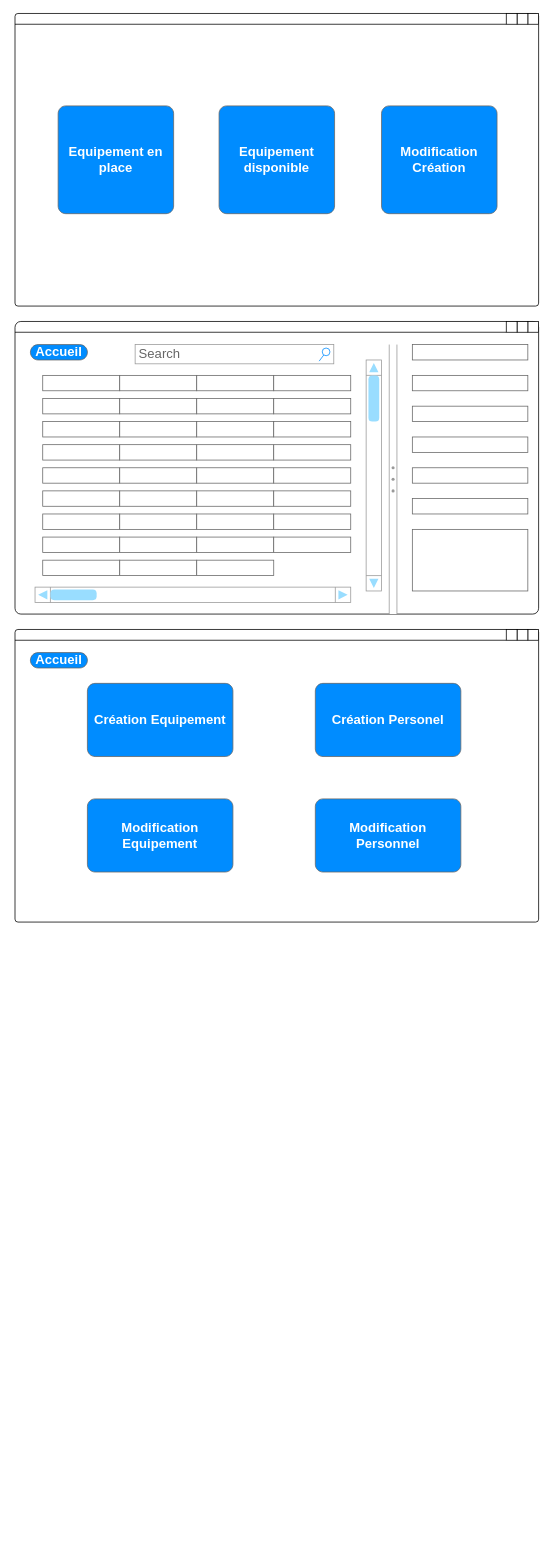
Above: Diagramme sans nom.drawio in Dr-Revdev/GestionParc (draw.io), before the change. Source tidied: cells renumbered, new cells numbered last; positions are measured from the earlier drawing's top-left corner, leaving out a move shared by most shapes. Both pictures are drawn from the tidied source at 77%, with x=0, y=0 at pixel (15, 13).
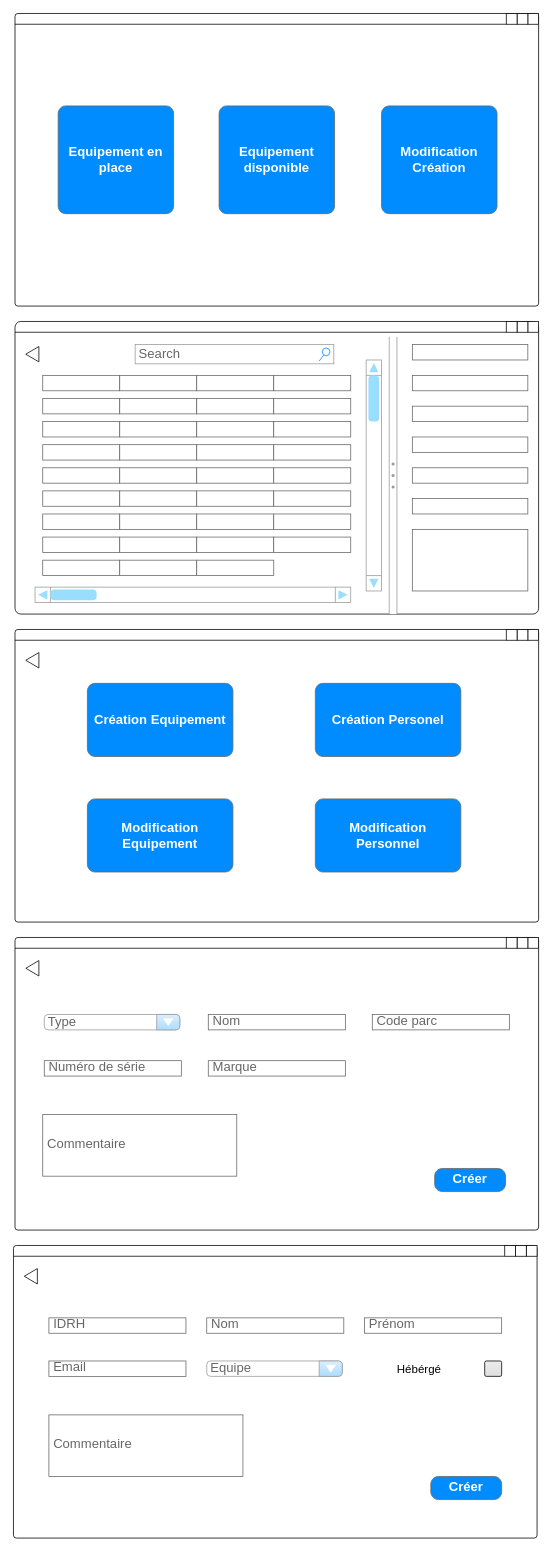
The same page after the edit.

Commit message (it also covers changes not shown here):
Mettre à jour Diagramme sans nom.drawio

What changed in the source:
```diff
@@
+    <mxCell id="74" style="group;" parent="1" vertex="1">
+      <mxGeometry y="1200" width="680" height="380" as="geometry" />
+    </mxCell>
+    <mxCell id="75" style="rounded=1;whiteSpace=wrap;html=1;arcSize=1;" parent="74" vertex="1">
+      <mxGeometry width="680" height="380" as="geometry" />
+    </mxCell>
+    <mxCell id="76" style="group;rounded=1;arcSize=44;" parent="74" vertex="1">
+      <mxGeometry width="680" height="14" as="geometry" />
+    </mxCell>
+    <mxCell id="77" style="endArrow=none;html=1;rounded=0;entryX=0;entryY=1;entryDx=0;entryDy=0;exitX=0;exitY=1;exitDx=0;exitDy=0;" parent="76" edge="1" target="80">
+      <mxGeometry relative="1" as="geometry">
+        <mxPoint y="14" as="sourcePoint" />
+      </mxGeometry>
+    </mxCell>
+    <mxCell id="78" style="whiteSpace=wrap;html=1;" parent="76" vertex="1">
+      <mxGeometry x="666" width="14" height="14" as="geometry" />
+    </mxCell>
+    <mxCell id="79" style="whiteSpace=wrap;html=1;" parent="76" vertex="1">
+      <mxGeometry x="652" width="14" height="14" as="geometry" />
+    </mxCell>
+    <mxCell id="80" style="whiteSpace=wrap;html=1;" parent="76" vertex="1">
+      <mxGeometry x="638" width="14" height="14" as="geometry" />
+    </mxCell>
+    <mxCell id="81" style="triangle;whiteSpace=wrap;html=1;rotation=-180;" parent="74" vertex="1">
+      <mxGeometry x="14" y="30" width="17" height="20" as="geometry" />
+    </mxCell>
+    <mxCell id="82" value="Nom" style="strokeWidth=1;shadow=0;dashed=0;align=center;html=1;shape=mxgraph.mockup.text.textBox;fontColor=#666666;align=left;fontSize=17;spacingLeft=4;spacingTop=-3;whiteSpace=wrap;strokeColor=#666666;mainText=;" parent="74" vertex="1">
+      <mxGeometry x="251" y="100" width="178" height="20" as="geometry" />
+    </mxCell>
@@
     <mxCell id="40" style="verticalLabelPosition=bottom;shadow=0;dashed=0;align=center;html=1;verticalAlign=top;strokeWidth=1;shape=mxgraph.mockup.forms.splitter;strokeColor=#999999;direction=north;" parent="1" vertex="1">
-      <mxGeometry x="486" y="430" width="10" height="350" as="geometry" />
+      <mxGeometry x="486" y="420" width="10" height="360" as="geometry" />
     </mxCell>
@@
-    <mxCell id="72" value="Accueil" style="strokeWidth=1;shadow=0;dashed=0;align=center;html=1;shape=mxgraph.mockup.buttons.button;strokeColor=#666666;fontColor=#ffffff;mainText=;buttonStyle=round;fontSize=17;fontStyle=1;fillColor=#008cff;whiteSpace=wrap;" parent="1" vertex="1">
-      <mxGeometry x="20" y="830" width="74" height="20" as="geometry" />
-    </mxCell>
-    <mxCell id="73" value="Accueil" style="strokeWidth=1;shadow=0;dashed=0;align=center;html=1;shape=mxgraph.mockup.buttons.button;strokeColor=#666666;fontColor=#ffffff;mainText=;buttonStyle=round;fontSize=17;fontStyle=1;fillColor=#008cff;whiteSpace=wrap;" parent="1" vertex="1">
-      <mxGeometry x="20" y="430" width="74" height="20" as="geometry" />
-    </mxCell>
+    <mxCell id="83" value="Code parc" style="strokeWidth=1;shadow=0;dashed=0;align=center;html=1;shape=mxgraph.mockup.text.textBox;fontColor=#666666;align=left;fontSize=17;spacingLeft=4;spacingTop=-3;whiteSpace=wrap;strokeColor=#666666;mainText=;" parent="1" vertex="1">
+      <mxGeometry x="464" y="1300" width="178" height="20" as="geometry" />
+    </mxCell>
+    <mxCell id="84" value="Numéro de série" style="strokeWidth=1;shadow=0;dashed=0;align=center;html=1;shape=mxgraph.mockup.text.textBox;fontColor=#666666;align=left;fontSize=17;spacingLeft=4;spacingTop=-3;whiteSpace=wrap;strokeColor=#666666;mainText=;" parent="1" vertex="1">
+      <mxGeometry x="38" y="1360" width="178" height="20" as="geometry" />
+    </mxCell>
+    <mxCell id="85" value="Marque" style="strokeWidth=1;shadow=0;dashed=0;align=center;html=1;shape=mxgraph.mockup.text.textBox;fontColor=#666666;align=left;fontSize=17;spacingLeft=4;spacingTop=-3;whiteSpace=wrap;strokeColor=#666666;mainText=;" parent="1" vertex="1">
+      <mxGeometry x="251" y="1360" width="178" height="20" as="geometry" />
+    </mxCell>
+    <mxCell id="86" value="Créer" style="strokeWidth=1;shadow=0;dashed=0;align=center;html=1;shape=mxgraph.mockup.buttons.button;strokeColor=#666666;fontColor=#ffffff;mainText=;buttonStyle=round;fontSize=17;fontStyle=1;fillColor=#008cff;whiteSpace=wrap;" parent="1" vertex="1">
+      <mxGeometry x="545" y="1500" width="92" height="30" as="geometry" />
+    </mxCell>
+    <mxCell id="87" value="Commentaire" style="strokeWidth=1;shadow=0;dashed=0;align=center;html=1;shape=mxgraph.mockup.text.textBox;fontColor=#666666;align=left;fontSize=17;spacingLeft=4;spacingTop=-3;whiteSpace=wrap;strokeColor=#666666;mainText=;" parent="1" vertex="1">
+      <mxGeometry x="36" y="1430" width="252" height="80" as="geometry" />
+    </mxCell>
+    <mxCell id="88" value="Type" style="strokeWidth=1;shadow=0;dashed=0;align=center;html=1;shape=mxgraph.mockup.forms.comboBox;strokeColor=#999999;fillColor=#ddeeff;align=left;fillColor2=#aaddff;mainText=;fontColor=#666666;fontSize=17;spacingLeft=3;" parent="1" vertex="1">
+      <mxGeometry x="38" y="1300" width="176" height="20" as="geometry" />
+    </mxCell>
+    <mxCell id="89" style="triangle;whiteSpace=wrap;html=1;rotation=-180;" parent="1" vertex="1">
+      <mxGeometry x="14" y="830" width="17" height="20" as="geometry" />
+    </mxCell>
+    <mxCell id="90" style="triangle;whiteSpace=wrap;html=1;rotation=-180;" parent="1" vertex="1">
+      <mxGeometry x="14" y="432.5" width="17" height="20" as="geometry" />
+    </mxCell>
+    <mxCell id="91" style="group;" parent="1" vertex="1">
+      <mxGeometry x="-2" y="1600" width="680" height="380" as="geometry" />
+    </mxCell>
+    <mxCell id="92" style="rounded=1;whiteSpace=wrap;html=1;arcSize=1;" parent="91" vertex="1">
+      <mxGeometry width="680" height="380" as="geometry" />
+    </mxCell>
+    <mxCell id="93" style="group;rounded=1;arcSize=44;" parent="91" vertex="1">
+      <mxGeometry width="680" height="14" as="geometry" />
+    </mxCell>
+    <mxCell id="94" style="endArrow=none;html=1;rounded=0;entryX=0;entryY=1;entryDx=0;entryDy=0;exitX=0;exitY=1;exitDx=0;exitDy=0;" parent="93" edge="1" target="97">
+      <mxGeometry relative="1" as="geometry">
+        <mxPoint y="14" as="sourcePoint" />
+      </mxGeometry>
+    </mxCell>
+    <mxCell id="95" style="whiteSpace=wrap;html=1;" parent="93" vertex="1">
+      <mxGeometry x="666" width="14" height="14" as="geometry" />
+    </mxCell>
+    <mxCell id="96" style="whiteSpace=wrap;html=1;" parent="93" vertex="1">
+      <mxGeometry x="652" width="14" height="14" as="geometry" />
+    </mxCell>
+    <mxCell id="97" style="whiteSpace=wrap;html=1;" parent="93" vertex="1">
+      <mxGeometry x="638" width="14" height="14" as="geometry" />
+    </mxCell>
+    <mxCell id="98" style="triangle;whiteSpace=wrap;html=1;rotation=-180;" parent="91" vertex="1">
+      <mxGeometry x="14" y="30" width="17" height="20" as="geometry" />
+    </mxCell>
+    <mxCell id="99" value="Nom" style="strokeWidth=1;shadow=0;dashed=0;align=center;html=1;shape=mxgraph.mockup.text.textBox;fontColor=#666666;align=left;fontSize=17;spacingLeft=4;spacingTop=-3;whiteSpace=wrap;strokeColor=#666666;mainText=;" parent="91" vertex="1">
+      <mxGeometry x="251" y="94" width="178" height="20" as="geometry" />
+    </mxCell>
+    <mxCell id="100" value="IDRH" style="strokeWidth=1;shadow=0;dashed=0;align=center;html=1;shape=mxgraph.mockup.text.textBox;fontColor=#666666;align=left;fontSize=17;spacingLeft=4;spacingTop=-3;whiteSpace=wrap;strokeColor=#666666;mainText=;" parent="91" vertex="1">
+      <mxGeometry x="46" y="94" width="178" height="20" as="geometry" />
+    </mxCell>
+    <mxCell id="101" value="Prénom" style="strokeWidth=1;shadow=0;dashed=0;align=center;html=1;shape=mxgraph.mockup.text.textBox;fontColor=#666666;align=left;fontSize=17;spacingLeft=4;spacingTop=-3;whiteSpace=wrap;strokeColor=#666666;mainText=;" parent="91" vertex="1">
+      <mxGeometry x="456" y="94" width="178" height="20" as="geometry" />
+    </mxCell>
+    <mxCell id="102" value="Email" style="strokeWidth=1;shadow=0;dashed=0;align=center;html=1;shape=mxgraph.mockup.text.textBox;fontColor=#666666;align=left;fontSize=17;spacingLeft=4;spacingTop=-3;whiteSpace=wrap;strokeColor=#666666;mainText=;" parent="91" vertex="1">
+      <mxGeometry x="46" y="150" width="178" height="20" as="geometry" />
+    </mxCell>
+    <mxCell id="103" value="Equipe" style="strokeWidth=1;shadow=0;dashed=0;align=center;html=1;shape=mxgraph.mockup.forms.comboBox;strokeColor=#999999;fillColor=#ddeeff;align=left;fillColor2=#aaddff;mainText=;fontColor=#666666;fontSize=17;spacingLeft=3;" parent="91" vertex="1">
+      <mxGeometry x="251" y="150" width="176" height="20" as="geometry" />
+    </mxCell>
+    <mxCell id="104" style="html=1;shadow=0;dashed=0;shape=mxgraph.bootstrap.checkbox2;labelPosition=right;verticalLabelPosition=middle;align=left;verticalAlign=middle;gradientColor=#DEDEDE;fillColor=#EDEDED;checked=0;spacing=5;checkedFill=#0085FC;checkedStroke=#ffffff;sketch=0;" parent="91" vertex="1">
+      <mxGeometry x="612" y="150" width="22" height="20" as="geometry" />
+    </mxCell>
+    <mxCell id="105" value="&lt;font style=&quot;font-size: 15px;&quot;&gt;Hébérgé&lt;/font&gt;" style="text;html=1;align=center;verticalAlign=middle;whiteSpace=wrap;rounded=0;" parent="91" vertex="1">
+      <mxGeometry x="442" y="145" width="170" height="30" as="geometry" />
+    </mxCell>
+    <mxCell id="106" value="Commentaire" style="strokeWidth=1;shadow=0;dashed=0;align=center;html=1;shape=mxgraph.mockup.text.textBox;fontColor=#666666;align=left;fontSize=17;spacingLeft=4;spacingTop=-3;whiteSpace=wrap;strokeColor=#666666;mainText=;" parent="91" vertex="1">
+      <mxGeometry x="46" y="220" width="252" height="80" as="geometry" />
+    </mxCell>
+    <mxCell id="107" value="Créer" style="strokeWidth=1;shadow=0;dashed=0;align=center;html=1;shape=mxgraph.mockup.buttons.button;strokeColor=#666666;fontColor=#ffffff;mainText=;buttonStyle=round;fontSize=17;fontStyle=1;fillColor=#008cff;whiteSpace=wrap;" parent="91" vertex="1">
+      <mxGeometry x="542" y="300" width="92" height="30" as="geometry" />
+    </mxCell>
```
